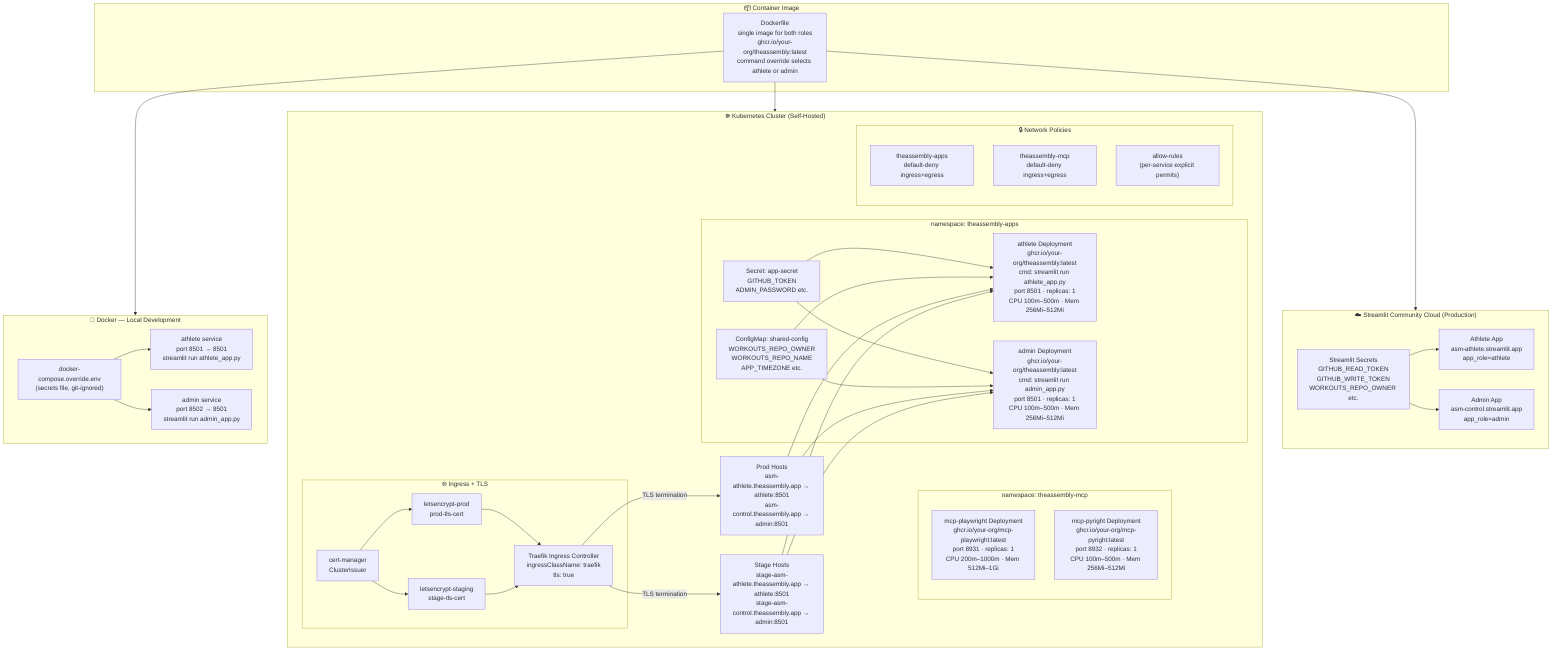
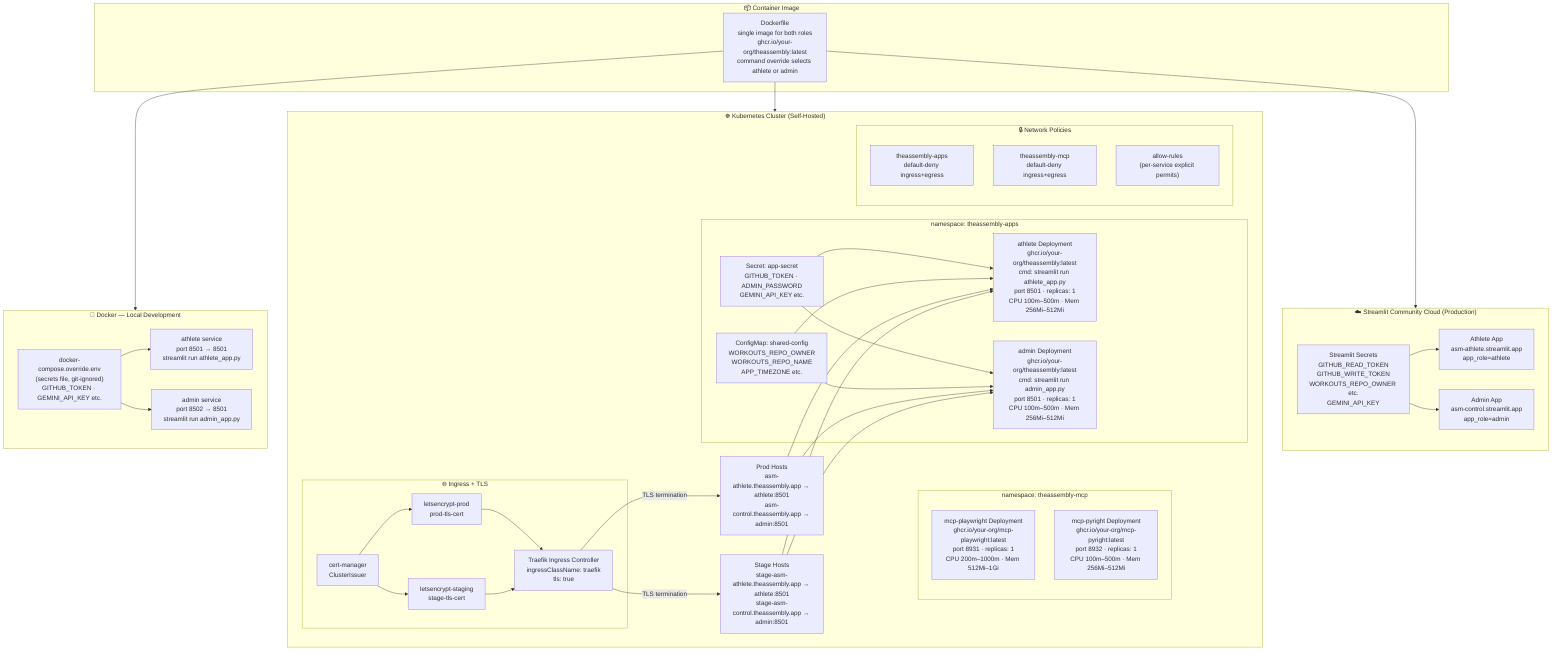
%% Infrastructure Deep-Dive — see architecture.mmd for overview, architecture-app.mmd for app internals
graph TD
    subgraph ContainerImage["📦 Container Image"]
        Dockerfile["Dockerfile\nsingle image for both roles\nghcr.io/your-org/theassembly:latest\ncommand override selects athlete or admin"]
    end

    subgraph DockerLocal["🐳 Docker — Local Development"]
        DCAthletePort["athlete service\nport 8501 → 8501\nstreamlit run athlete_app.py"]
        DCAdminPort["admin service\nport 8502 → 8501\nstreamlit run admin_app.py"]
-         DCOverrideEnv["docker-compose.override.env\n(secrets file, git-ignored)"]
+         DCOverrideEnv["docker-compose.override.env\n(secrets file, git-ignored)\nGITHUB_TOKEN · GEMINI_API_KEY etc."]
        DCOverrideEnv --> DCAthletePort
        DCOverrideEnv --> DCAdminPort
    end

    subgraph StreamlitCloud["☁️ Streamlit Community Cloud (Production)"]
        SCAthleteApp["Athlete App\nasm-athlete.streamlit.app\napp_role=athlete"]
        SCAdminApp["Admin App\nasm-control.streamlit.app\napp_role=admin"]
-         SCSecrets["Streamlit Secrets\nGITHUB_READ_TOKEN\nGITHUB_WRITE_TOKEN\nWORKOUTS_REPO_OWNER etc."]
+         SCSecrets["Streamlit Secrets\nGITHUB_READ_TOKEN\nGITHUB_WRITE_TOKEN\nWORKOUTS_REPO_OWNER etc.\nGEMINI_API_KEY"]
        SCSecrets --> SCAthleteApp
        SCSecrets --> SCAdminApp
    end

    subgraph K8sCluster["☸️ Kubernetes Cluster (Self-Hosted)"]
        subgraph AppsNS["namespace: theassembly-apps"]
            AthleteDeployment["athlete Deployment\nghcr.io/your-org/theassembly:latest\ncmd: streamlit run athlete_app.py\nport 8501 · replicas: 1\nCPU 100m–500m · Mem 256Mi–512Mi"]
            AdminDeployment["admin Deployment\nghcr.io/your-org/theassembly:latest\ncmd: streamlit run admin_app.py\nport 8501 · replicas: 1\nCPU 100m–500m · Mem 256Mi–512Mi"]
-             AppSecret["Secret: app-secret\nGITHUB_TOKEN\nADMIN_PASSWORD etc."]
+             AppSecret["Secret: app-secret\nGITHUB_TOKEN · ADMIN_PASSWORD\nGEMINI_API_KEY etc."]
            AppConfigMap["ConfigMap: shared-config\nWORKOUTS_REPO_OWNER\nWORKOUTS_REPO_NAME\nAPP_TIMEZONE etc."]
            AppSecret --> AthleteDeployment
            AppSecret --> AdminDeployment
            AppConfigMap --> AthleteDeployment
            AppConfigMap --> AdminDeployment
        end

        subgraph MCPNamespace["namespace: theassembly-mcp"]
            MCPPlaywright["mcp-playwright Deployment\nghcr.io/your-org/mcp-playwright:latest\nport 8931 · replicas: 1\nCPU 200m–1000m · Mem 512Mi–1Gi"]
            MCPPyright["mcp-pyright Deployment\nghcr.io/your-org/mcp-pyright:latest\nport 8932 · replicas: 1\nCPU 100m–500m · Mem 256Mi–512Mi"]
        end

        subgraph Ingress["🌐 Ingress + TLS"]
            Traefik["Traefik Ingress Controller\ningressClassName: traefik\ntls: true"]
            CertManager["cert-manager\nClusterIssuer"]
            ProdIssuer["letsencrypt-prod\nprod-tls-cert"]
            StageIssuer["letsencrypt-staging\nstage-tls-cert"]
            CertManager --> ProdIssuer
            CertManager --> StageIssuer
        end

        subgraph NetworkPolicies["🔒 Network Policies"]
            AppsDefaultDeny["theassembly-apps\ndefault-deny ingress+egress"]
            MCPDefaultDeny["theassembly-mcp\ndefault-deny ingress+egress"]
            AllowRules["allow-rules\n(per-service explicit permits)"]
        end

        ProdHosts["Prod Hosts\nasm-athlete.theassembly.app → athlete:8501\nasm-control.theassembly.app → admin:8501"]
        StageHosts["Stage Hosts\nstage-asm-athlete.theassembly.app → athlete:8501\nstage-asm-control.theassembly.app → admin:8501"]

        Traefik -->|"TLS termination"| ProdHosts
        Traefik -->|"TLS termination"| StageHosts
        ProdHosts --> AthleteDeployment
        ProdHosts --> AdminDeployment
        StageHosts --> AthleteDeployment
        StageHosts --> AdminDeployment
        ProdIssuer --> Traefik
        StageIssuer --> Traefik
    end

    Dockerfile --> DockerLocal
    Dockerfile --> K8sCluster
    Dockerfile --> StreamlitCloud
